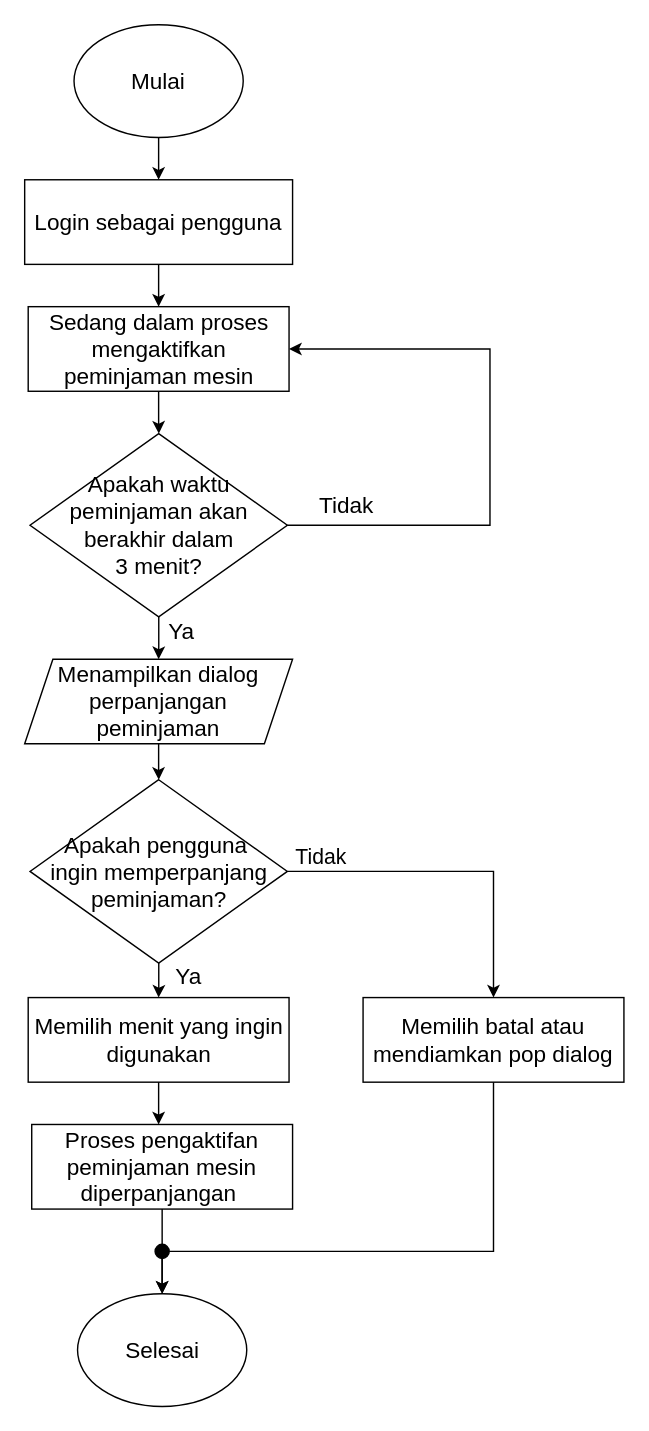
Before: page "Proses Perpanjangan Durasi Peminjaman" (33 of 42) of Diagram Aktivitas Admin.drawio.xml in murtianggraeni/TugasAkhir_Flowchart, a draw.io diagram. Source tidied: cells renumbered, new cells numbered last; positions are measured from the earlier drawing's top-left corner, leaving out a move shared by most shapes. Both pictures are drawn from the tidied source at 141%, with x=0, y=0 at pixel (24, 24).
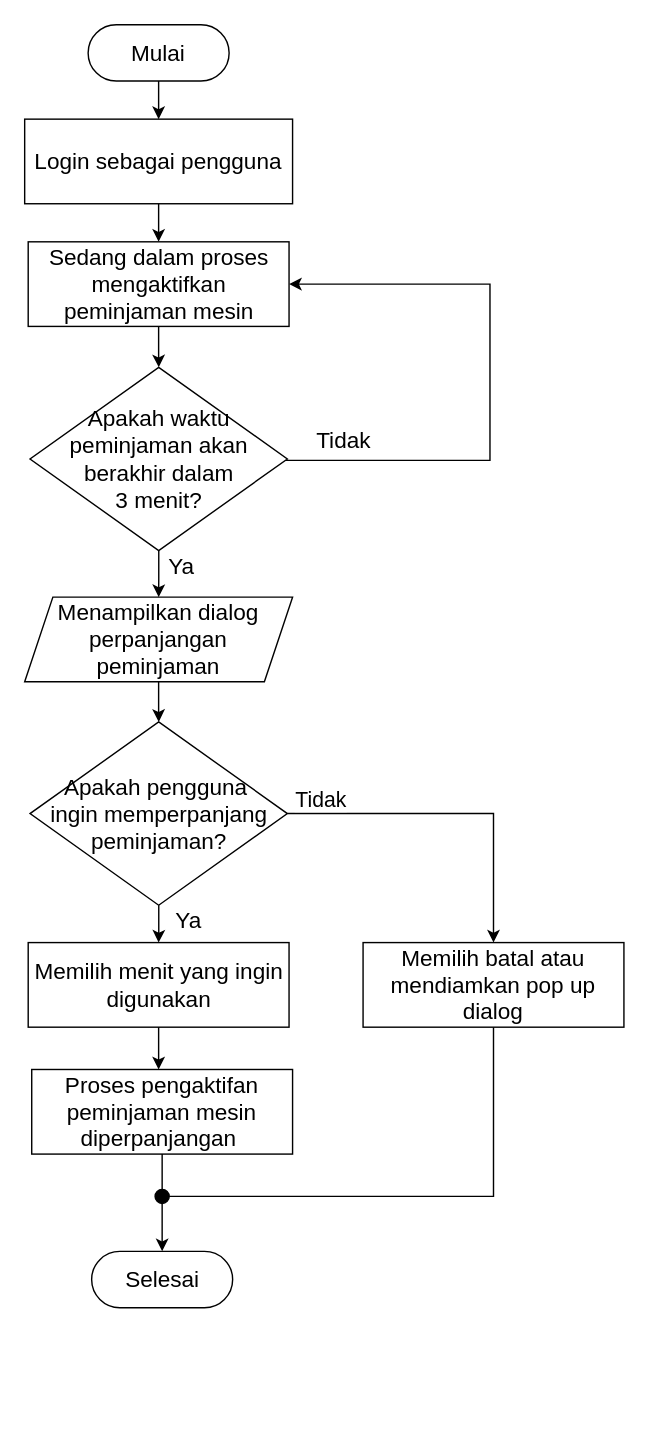
Above is the later version.

What changed in the source:
```diff
@@
-    <mxCell id="2" style="edgeStyle=orthogonalEdgeStyle;rounded=0;jettySize=auto;html=1;" parent="1" edge="1" source="3" target="5">
-      <mxGeometry relative="1" as="geometry" />
-    </mxCell>
-    <mxCell id="3" value="&lt;font style=&quot;font-size: 16px;&quot;&gt;Mulai&lt;/font&gt;" style="ellipse;whiteSpace=wrap;html=1;" parent="1" vertex="1">
-      <mxGeometry x="35" width="120" height="80" as="geometry" />
-    </mxCell>
@@
     <mxCell id="5" value="&lt;font style=&quot;font-size: 16px;&quot;&gt;Login sebagai pengguna&lt;/font&gt;" style="whiteSpace=wrap;html=1;" parent="1" vertex="1">
-      <mxGeometry y="110" width="190" height="60" as="geometry" />
+      <mxGeometry y="67" width="190" height="60" as="geometry" />
     </mxCell>
@@
     <mxCell id="7" value="&lt;font style=&quot;font-size: 16px;&quot;&gt;Sedang dalam proses mengaktifkan peminjaman mesin&lt;/font&gt;" style="whiteSpace=wrap;html=1;" parent="1" vertex="1">
-      <mxGeometry x="2.5" y="200" width="185" height="60" as="geometry" />
+      <mxGeometry x="2.5" y="154" width="185" height="60" as="geometry" />
     </mxCell>
@@
     <mxCell id="10" style="edgeStyle=orthogonalEdgeStyle;rounded=0;jettySize=auto;html=1;entryX=1;entryY=0.5;entryDx=0;entryDy=0;" parent="1" edge="1" source="12" target="7">
       <mxGeometry relative="1" as="geometry">
         <Array as="points">
-          <mxPoint x="330" y="355" />
-          <mxPoint x="330" y="230" />
+          <mxPoint x="330" y="309" />
+          <mxPoint x="330" y="184" />
         </Array>
       </mxGeometry>
     </mxCell>
@@
     <mxCell id="12" value="&lt;font style=&quot;font-size: 16px;&quot;&gt;Apakah waktu peminjaman akan berakhir dalam&lt;/font&gt;&lt;div&gt;&lt;font style=&quot;font-size: 16px;&quot;&gt;3 menit?&lt;/font&gt;&lt;/div&gt;" style="rhombus;whiteSpace=wrap;html=1;" parent="1" vertex="1">
-      <mxGeometry x="3.8" y="290" width="182.5" height="130" as="geometry" />
+      <mxGeometry x="3.8" y="243" width="182.5" height="130" as="geometry" />
     </mxCell>
@@
     <mxCell id="14" value="&lt;font style=&quot;font-size: 16px;&quot;&gt;Menampilkan dialog perpanjangan peminjaman&lt;/font&gt;" style="shape=parallelogram;perimeter=parallelogramPerimeter;whiteSpace=wrap;html=1;fixedSize=1;" parent="1" vertex="1">
-      <mxGeometry y="450" width="190" height="60" as="geometry" />
+      <mxGeometry y="406" width="190" height="60" as="geometry" />
     </mxCell>
@@
     <mxCell id="19" value="&lt;span style=&quot;font-size: 16px;&quot;&gt;Apakah pengguna&amp;nbsp;&lt;/span&gt;&lt;div&gt;&lt;span style=&quot;font-size: 16px;&quot;&gt;ingin memperpanjang peminjaman?&lt;/span&gt;&lt;/div&gt;" style="rhombus;whiteSpace=wrap;html=1;" parent="1" vertex="1">
-      <mxGeometry x="3.8" y="535.5" width="182.5" height="130" as="geometry" />
+      <mxGeometry x="3.8" y="494.5" width="182.5" height="130" as="geometry" />
     </mxCell>
     <mxCell id="20" value="&lt;font style=&quot;font-size: 16px;&quot;&gt;Memilih menit yang ingin digunakan&lt;/font&gt;" style="whiteSpace=wrap;html=1;" parent="1" vertex="1">
-      <mxGeometry x="2.5" y="690" width="185" height="60" as="geometry" />
+      <mxGeometry x="2.5" y="651" width="185" height="60" as="geometry" />
     </mxCell>
     <mxCell id="21" style="edgeStyle=orthogonalEdgeStyle;rounded=0;jettySize=auto;html=1;entryX=0.5;entryY=0;entryDx=0;entryDy=0;" parent="1" edge="1" source="20">
       <mxGeometry relative="1" as="geometry">
-        <mxPoint x="95" y="780" as="targetPoint" />
+        <mxPoint x="95" y="741" as="targetPoint" />
       </mxGeometry>
     </mxCell>
-    <mxCell id="22" style="edgeStyle=orthogonalEdgeStyle;rounded=0;jettySize=auto;html=1;" parent="1" edge="1" source="29" target="26">
-      <mxGeometry relative="1" as="geometry" />
-    </mxCell>
     <mxCell id="23" value="&lt;span style=&quot;font-size: 16px;&quot;&gt;Proses pengaktifan peminjaman mesin diperpanjangan&amp;nbsp;&lt;/span&gt;" style="whiteSpace=wrap;html=1;" parent="1" vertex="1">
-      <mxGeometry x="5" y="780" width="185" height="60" as="geometry" />
+      <mxGeometry x="5" y="741" width="185" height="60" as="geometry" />
     </mxCell>
@@
-    <mxCell id="25" value="&lt;span style=&quot;font-size: 16px;&quot;&gt;Memilih batal atau mendiamkan pop dialog&lt;/span&gt;" style="whiteSpace=wrap;html=1;" parent="1" vertex="1">
-      <mxGeometry x="240" y="690" width="185" height="60" as="geometry" />
+    <mxCell id="25" value="&lt;span style=&quot;font-size: 16px;&quot;&gt;Memilih batal atau mendiamkan pop up dialog&lt;/span&gt;" style="whiteSpace=wrap;html=1;" parent="1" vertex="1">
+      <mxGeometry x="240" y="651" width="185" height="60" as="geometry" />
     </mxCell>
-    <mxCell id="26" value="&lt;font style=&quot;font-size: 16px;&quot;&gt;Selesai&lt;/font&gt;" style="ellipse;whiteSpace=wrap;html=1;" parent="1" vertex="1">
-      <mxGeometry x="37.5" y="900" width="120" height="80" as="geometry" />
-    </mxCell>
@@
     <mxCell id="28" style="edgeStyle=orthogonalEdgeStyle;rounded=0;jettySize=auto;html=1;entryX=1;entryY=0.5;entryDx=0;entryDy=0;endArrow=none;endFill=0;" parent="1" edge="1" source="25" target="29">
       <mxGeometry relative="1" as="geometry">
         <Array as="points">
-          <mxPoint x="332" y="870" />
+          <mxPoint x="332" y="831" />
         </Array>
       </mxGeometry>
     </mxCell>
     <mxCell id="29" style="ellipse;whiteSpace=wrap;html=1;fillColor=#000000;" parent="1" vertex="1">
-      <mxGeometry x="92.5" y="865" width="10" height="10" as="geometry" />
+      <mxGeometry x="92.5" y="826" width="10" height="10" as="geometry" />
     </mxCell>
+    <mxCell id="2" style="edgeStyle=orthogonalEdgeStyle;rounded=0;jettySize=auto;html=1;" parent="1" edge="1" source="3" target="5">
+      <mxGeometry relative="1" as="geometry" />
+    </mxCell>
+    <mxCell id="3" value="&lt;font style=&quot;font-size: 16px;&quot;&gt;Mulai&lt;/font&gt;" style="rounded=1;whiteSpace=wrap;html=1;arcSize=50;" parent="1" vertex="1">
+      <mxGeometry x="45" width="100" height="40" as="geometry" />
+    </mxCell>
+    <mxCell id="26" value="&lt;font style=&quot;font-size: 16px;&quot;&gt;Selesai&lt;/font&gt;" style="rounded=1;whiteSpace=wrap;html=1;arcSize=50;" parent="1" vertex="1">
+      <mxGeometry x="47.5" y="870" width="100" height="40" as="geometry" />
+    </mxCell>
```
